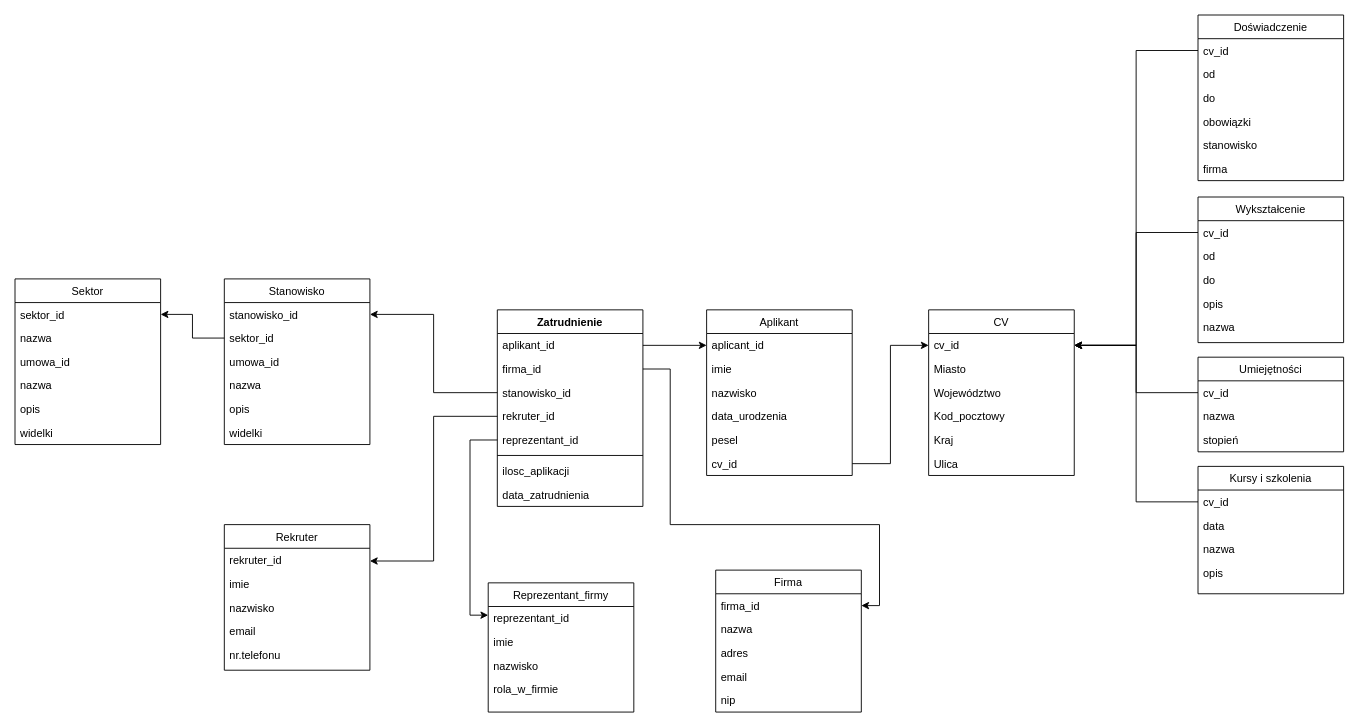
The draw.io diagram Diagram bez tytułu.drawio in Paros998/ConverterJava, before the edit. Source tidied: cells renumbered, new cells numbered last; positions are measured from the earlier drawing's top-left corner, leaving out a move shared by most shapes. Both pictures are drawn from the tidied source at 91%, with x=0, y=0 at pixel (15, 15).
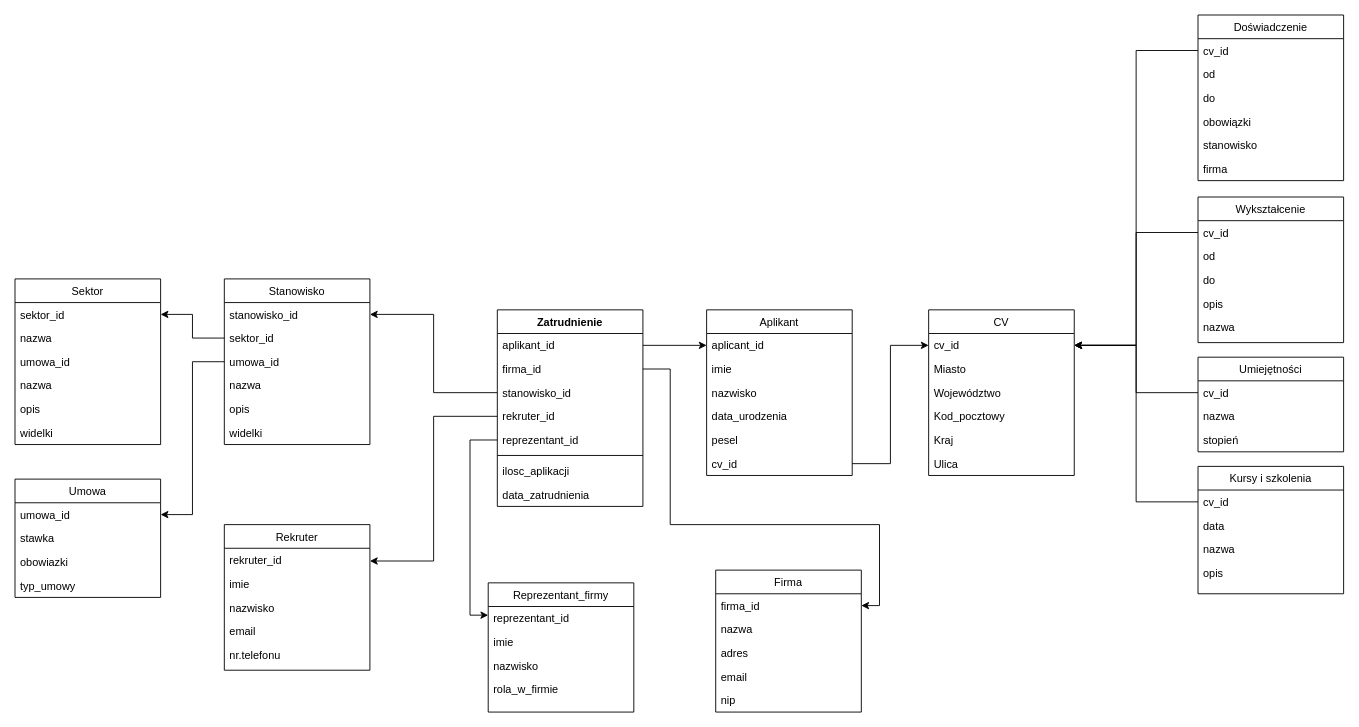
The same diagram, later.

Unchanged cells that the change refers to:
```xml
<mxCell id="70" value="umowa_id" style="text;align=left;verticalAlign=top;spacingLeft=4;spacingRight=4;overflow=hidden;points=[[0,0.5],[1,0.5]];portConstraint=eastwest;rounded=0;shadow=0;html=0;" parent="67" vertex="1">
  <mxGeometry y="78" width="160" height="26" as="geometry" />
</mxCell>
```

What changed in the source:
```diff
@@
+    <mxCell id="89" value="Umowa" style="swimlane;fontStyle=0;align=center;verticalAlign=top;horizontal=1;startSize=26;rounded=0;shadow=0;strokeWidth=1;" parent="1" vertex="1">
+      <mxGeometry y="510" width="160" height="130" as="geometry" />
+    </mxCell>
+    <mxCell id="90" value="umowa_id" style="text;align=left;verticalAlign=top;spacingLeft=4;spacingRight=4;overflow=hidden;points=[[0,0.5],[1,0.5]];portConstraint=eastwest;" parent="89" vertex="1">
+      <mxGeometry y="26" width="160" height="26" as="geometry" />
+    </mxCell>
+    <mxCell id="91" value="stawka" style="text;align=left;verticalAlign=top;spacingLeft=4;spacingRight=4;overflow=hidden;rounded=0;shadow=0;html=0;" parent="89" vertex="1">
+      <mxGeometry y="52" width="160" height="26" as="geometry" />
+    </mxCell>
+    <mxCell id="92" value="obowiazki" style="text;align=left;verticalAlign=top;spacingLeft=4;spacingRight=4;overflow=hidden;rounded=0;shadow=0;html=0;" parent="89" vertex="1">
+      <mxGeometry y="78" width="160" height="26" as="geometry" />
+    </mxCell>
+    <mxCell id="93" value="typ_umowy" style="text;align=left;verticalAlign=top;spacingLeft=4;spacingRight=4;overflow=hidden;rounded=0;shadow=0;html=0;" parent="89" vertex="1">
+      <mxGeometry y="104" width="160" height="26" as="geometry" />
+    </mxCell>
+    <mxCell id="94" style="edgeStyle=orthogonalEdgeStyle;rounded=0;jettySize=auto;html=1;exitX=0;exitY=0.5;exitDx=0;exitDy=0;entryX=1;entryY=0.5;entryDx=0;entryDy=0;" parent="1" edge="1" source="70" target="90">
+      <mxGeometry relative="1" as="geometry" />
+    </mxCell>
```
